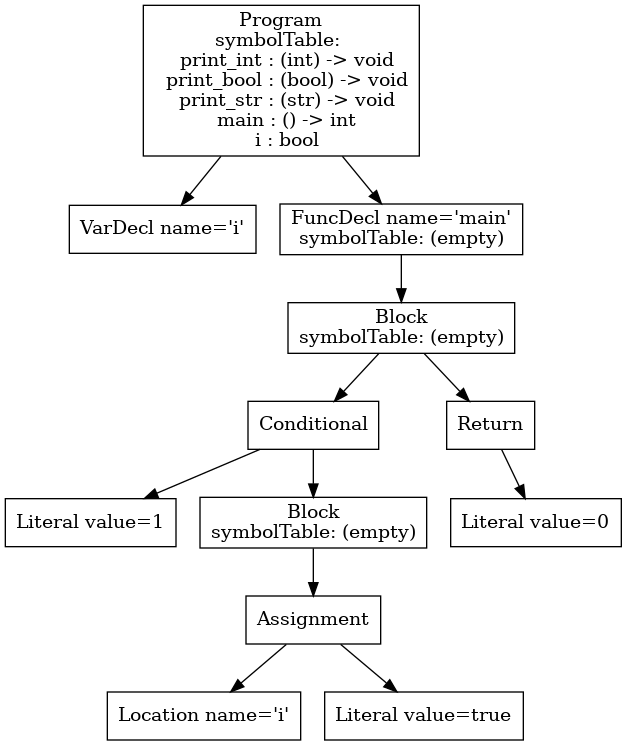
Earlier version of the Graphviz export ast.png (ecila1011/P3). Its source is kept beside it as ast.dot. The source it was exported from:
```dot
digraph AST {
1 [shape=box, label="VarDecl name='i'"];
5 [shape=box, label="Literal value=1"];
8 [shape=box, label="Location name='i'"];
9 [shape=box, label="Literal value=true"];
7 [shape=box, label="Assignment"];
7 -> 8;
7 -> 9;
6 [shape=box, label="Block\nsymbolTable: (empty)"];
6 -> 7;
4 [shape=box, label="Conditional"];
4 -> 5;
4 -> 6;
11 [shape=box, label="Literal value=0"];
10 [shape=box, label="Return"];
10 -> 11;
3 [shape=box, label="Block\nsymbolTable: (empty)"];
3 -> 4;
3 -> 10;
2 [shape=box, label="FuncDecl name='main'\nsymbolTable: (empty)"];
2 -> 3;
0 [shape=box, label="Program\nsymbolTable: \n  print_int : (int) -> void\n  print_bool : (bool) -> void\n  print_str : (str) -> void\n  main : () -> int\n  i : bool"];
0 -> 1;
0 -> 2;
}
```
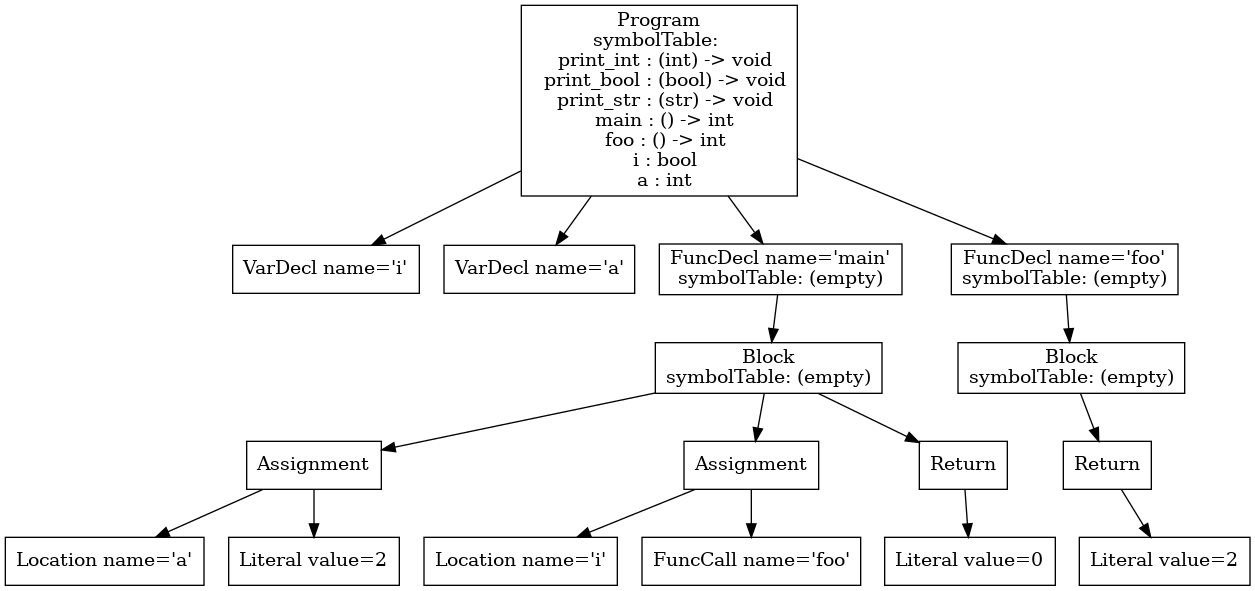
Above is the later version.

Diff of the diagram source:
```diff
@@ -1,25 +1,35 @@
 digraph AST {
 1 [shape=box, label="VarDecl name='i'"];
-5 [shape=box, label="Literal value=1"];
-8 [shape=box, label="Location name='i'"];
-9 [shape=box, label="Literal value=true"];
-7 [shape=box, label="Assignment"];
-7 -> 8;
-7 -> 9;
-6 [shape=box, label="Block\nsymbolTable: (empty)"];
-6 -> 7;
-4 [shape=box, label="Conditional"];
+2 [shape=box, label="VarDecl name='a'"];
+6 [shape=box, label="Location name='a'"];
+7 [shape=box, label="Literal value=2"];
+5 [shape=box, label="Assignment"];
+5 -> 6;
+5 -> 7;
+9 [shape=box, label="Location name='i'"];
+10 [shape=box, label="FuncCall name='foo'"];
+8 [shape=box, label="Assignment"];
+8 -> 9;
+8 -> 10;
+12 [shape=box, label="Literal value=0"];
+11 [shape=box, label="Return"];
+11 -> 12;
+4 [shape=box, label="Block\nsymbolTable: (empty)"];
 4 -> 5;
-4 -> 6;
-11 [shape=box, label="Literal value=0"];
-10 [shape=box, label="Return"];
-10 -> 11;
-3 [shape=box, label="Block\nsymbolTable: (empty)"];
+4 -> 8;
+4 -> 11;
+3 [shape=box, label="FuncDecl name='main'\nsymbolTable: (empty)"];
 3 -> 4;
-3 -> 10;
-2 [shape=box, label="FuncDecl name='main'\nsymbolTable: (empty)"];
-2 -> 3;
-0 [shape=box, label="Program\nsymbolTable: \n  print_int : (int) -> void\n  print_bool : (bool) -> void\n  print_str : (str) -> void\n  main : () -> int\n  i : bool"];
+16 [shape=box, label="Literal value=2"];
+15 [shape=box, label="Return"];
+15 -> 16;
+14 [shape=box, label="Block\nsymbolTable: (empty)"];
+14 -> 15;
+13 [shape=box, label="FuncDecl name='foo'\nsymbolTable: (empty)"];
+13 -> 14;
+0 [shape=box, label="Program\nsymbolTable: \n  print_int : (int) -> void\n  print_bool : (bool) -> void\n  print_str : (str) -> void\n  main : () -> int\n  foo : () -> int\n  i : bool\n  a : int"];
 0 -> 1;
 0 -> 2;
+0 -> 3;
+0 -> 13;
 }
```
